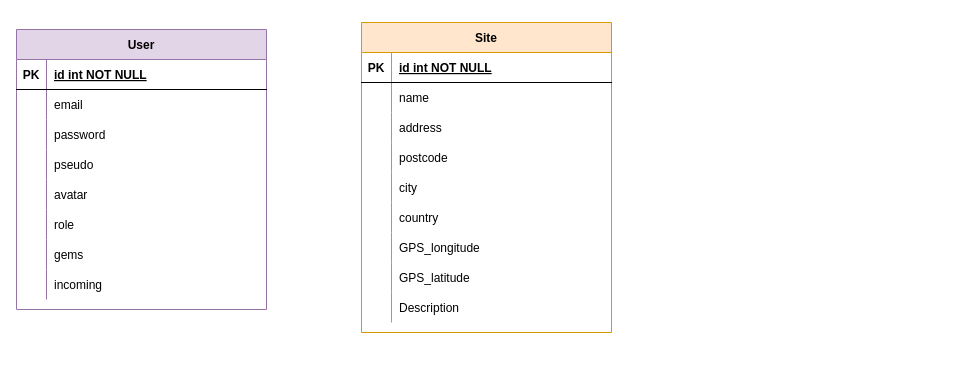
Above: ressources/Untitled Diagram.drawio in DuboisCecile/Checkpoint-4-front (draw.io), before the change. Source tidied: cells renumbered, new cells numbered last; positions are measured from the earlier drawing's top-left corner, leaving out a move shared by most shapes. Both pictures are drawn from the tidied source at 100%, with x=0, y=0 at pixel (16, 22).
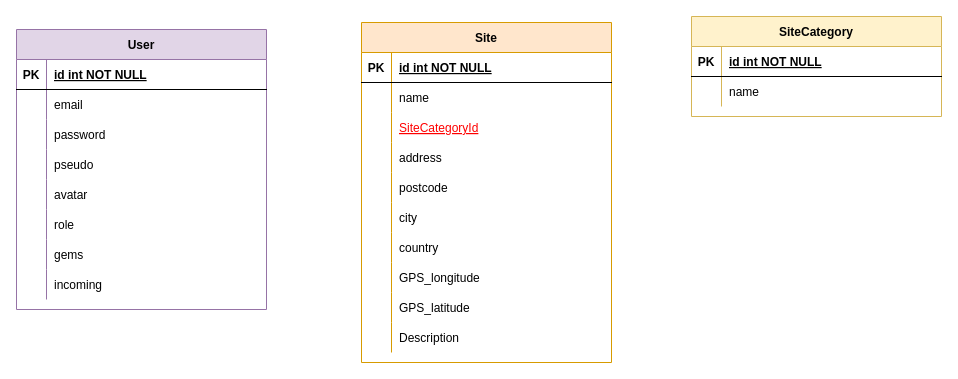
The same diagram, later.

Commit message:
Added SiteCategory table

Diff of the diagram source:
```diff
@@
     <mxCell id="27" value="Site" style="shape=table;startSize=30;childLayout=tableLayout;rowLines=0;fontStyle=1;align=center;fillColor=#ffe6cc;strokeColor=#d79b00;" parent="1" vertex="1">
-      <mxGeometry x="345" width="250" height="310" as="geometry" />
+      <mxGeometry x="345" width="250" height="340" as="geometry" />
     </mxCell>
@@
+    <mxCell id="55" style="shape=partialRectangle;fillColor=none;top=0;left=0;bottom=0;right=0;" parent="27" vertex="1">
+      <mxGeometry y="90" width="250" height="30" as="geometry" />
+    </mxCell>
+    <mxCell id="56" style="shape=partialRectangle;fillColor=none;top=0;left=0;bottom=0;right=0;overflow=hidden;" parent="55" vertex="1">
+      <mxGeometry width="30" height="30" as="geometry" />
+    </mxCell>
+    <mxCell id="57" value="SiteCategoryId" style="shape=partialRectangle;fillColor=none;top=0;left=0;bottom=0;right=0;align=left;spacingLeft=6;overflow=hidden;fontStyle=4;fontColor=#FF0000;" parent="55" vertex="1">
+      <mxGeometry x="30" width="220" height="30" as="geometry" />
+    </mxCell>
     <mxCell id="34" style="shape=partialRectangle;fillColor=none;top=0;left=0;bottom=0;right=0;" parent="27" vertex="1">
-      <mxGeometry y="90" width="250" height="30" as="geometry" />
+      <mxGeometry y="120" width="250" height="30" as="geometry" />
     </mxCell>
@@
     <mxCell id="37" style="shape=partialRectangle;fillColor=none;top=0;left=0;bottom=0;right=0;" parent="27" vertex="1">
-      <mxGeometry y="120" width="250" height="30" as="geometry" />
+      <mxGeometry y="150" width="250" height="30" as="geometry" />
     </mxCell>
@@
     <mxCell id="40" style="shape=partialRectangle;fillColor=none;top=0;left=0;bottom=0;right=0;" parent="27" vertex="1">
-      <mxGeometry y="150" width="250" height="30" as="geometry" />
+      <mxGeometry y="180" width="250" height="30" as="geometry" />
     </mxCell>
@@
     <mxCell id="43" style="shape=partialRectangle;fillColor=none;top=0;left=0;bottom=0;right=0;" parent="27" vertex="1">
-      <mxGeometry y="180" width="250" height="30" as="geometry" />
+      <mxGeometry y="210" width="250" height="30" as="geometry" />
     </mxCell>
@@
     <mxCell id="46" style="shape=partialRectangle;fillColor=none;top=0;left=0;bottom=0;right=0;" parent="27" vertex="1">
-      <mxGeometry y="210" width="250" height="30" as="geometry" />
+      <mxGeometry y="240" width="250" height="30" as="geometry" />
     </mxCell>
@@
     <mxCell id="49" style="shape=partialRectangle;fillColor=none;top=0;left=0;bottom=0;right=0;" parent="27" vertex="1">
-      <mxGeometry y="240" width="250" height="30" as="geometry" />
+      <mxGeometry y="270" width="250" height="30" as="geometry" />
     </mxCell>
@@
     <mxCell id="52" style="shape=partialRectangle;fillColor=none;top=0;left=0;bottom=0;right=0;" parent="27" vertex="1">
-      <mxGeometry y="270" width="250" height="30" as="geometry" />
+      <mxGeometry y="300" width="250" height="30" as="geometry" />
     </mxCell>
@@
+    <mxCell id="58" value="SiteCategory" style="shape=table;startSize=30;childLayout=tableLayout;rowLines=0;fontStyle=1;align=center;fillColor=#fff2cc;strokeColor=#d6b656;" parent="1" vertex="1">
+      <mxGeometry x="675" y="-6" width="250" height="100" as="geometry" />
+    </mxCell>
+    <mxCell id="59" style="shape=partialRectangle;fillColor=none;top=0;left=0;right=0;bottom=1;" parent="58" vertex="1">
+      <mxGeometry y="30" width="250" height="30" as="geometry" />
+    </mxCell>
+    <mxCell id="60" value="PK" style="shape=partialRectangle;overflow=hidden;fillColor=none;top=0;left=0;bottom=0;right=0;fontStyle=1;" parent="59" vertex="1">
+      <mxGeometry width="30" height="30" as="geometry" />
+    </mxCell>
+    <mxCell id="61" value="id int NOT NULL " style="shape=partialRectangle;overflow=hidden;fillColor=none;top=0;left=0;bottom=0;right=0;align=left;spacingLeft=6;fontStyle=5;" parent="59" vertex="1">
+      <mxGeometry x="30" width="220" height="30" as="geometry" />
+    </mxCell>
+    <mxCell id="62" style="shape=partialRectangle;fillColor=none;top=0;left=0;right=0;bottom=0;" parent="58" vertex="1">
+      <mxGeometry y="60" width="250" height="30" as="geometry" />
+    </mxCell>
+    <mxCell id="63" style="shape=partialRectangle;overflow=hidden;fillColor=none;top=0;left=0;bottom=0;right=0;" parent="62" vertex="1">
+      <mxGeometry width="30" height="30" as="geometry" />
+    </mxCell>
+    <mxCell id="64" value="name" style="shape=partialRectangle;overflow=hidden;fillColor=none;top=0;left=0;bottom=0;right=0;align=left;spacingLeft=6;" parent="62" vertex="1">
+      <mxGeometry x="30" width="220" height="30" as="geometry" />
+    </mxCell>
```
